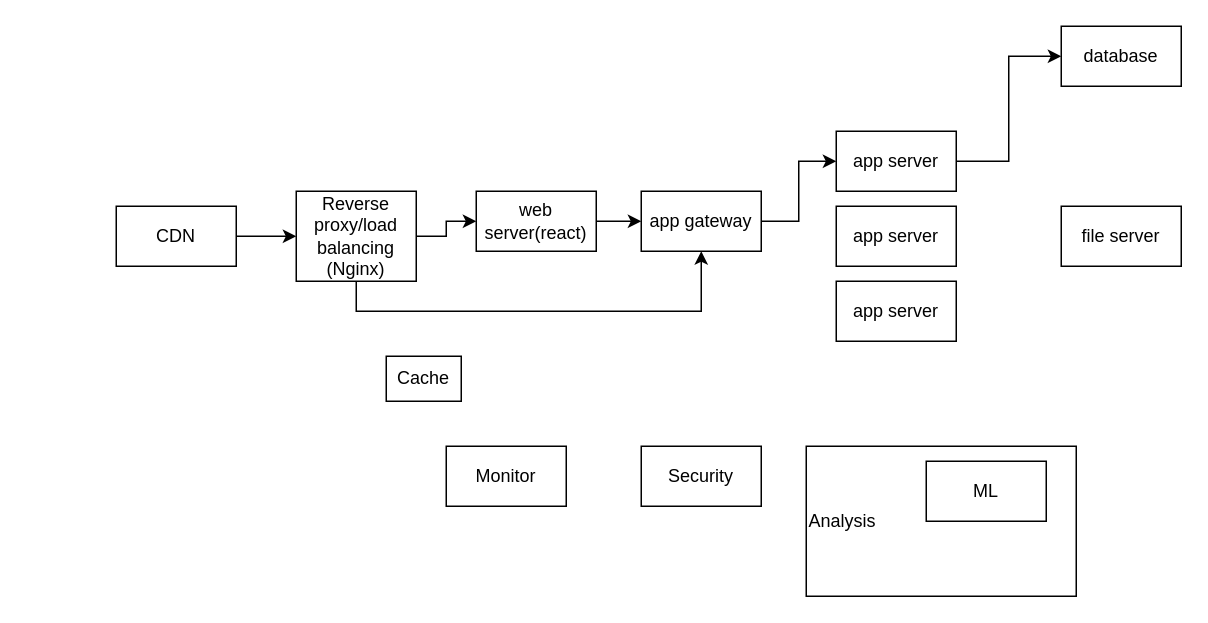
Earlier version of the draw.io diagram Untitled Diagram.drawio (epadam/javascript-with-examples). Source tidied: cells renumbered, new cells numbered last; positions are measured from the earlier drawing's top-left corner, leaving out a move shared by most shapes. Both pictures are drawn from the tidied source at 150%, with x=0, y=0 at pixel (116, 26).
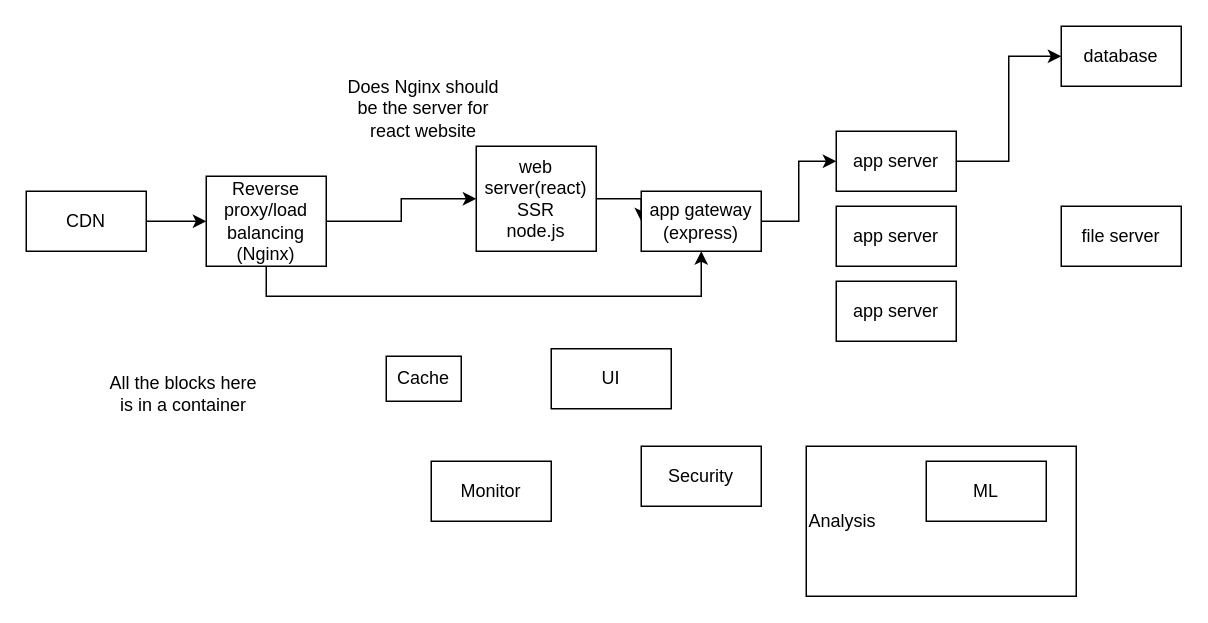
The same diagram, later.

Change to the diagram source:
```diff
@@
     <mxCell id="3" value="CDN" style="rounded=0;whiteSpace=wrap;html=1;" parent="1" vertex="1">
-      <mxGeometry y="120" width="80" height="40" as="geometry" />
+      <mxGeometry x="-60" y="110" width="80" height="40" as="geometry" />
     </mxCell>
@@
     <mxCell id="6" value="Reverse proxy/load balancing (Nginx)" style="rounded=0;whiteSpace=wrap;html=1;" parent="1" vertex="1">
-      <mxGeometry x="120" y="110" width="80" height="60" as="geometry" />
+      <mxGeometry x="60" y="100" width="80" height="60" as="geometry" />
     </mxCell>
@@
-    <mxCell id="8" value="web server(react)" style="rounded=0;whiteSpace=wrap;html=1;" parent="1" vertex="1">
-      <mxGeometry x="240" y="110" width="80" height="40" as="geometry" />
+    <mxCell id="8" value="web server(react)&lt;br&gt;SSR&lt;br&gt;node.js" style="rounded=0;whiteSpace=wrap;html=1;" parent="1" vertex="1">
+      <mxGeometry x="240" y="80" width="80" height="70" as="geometry" />
     </mxCell>
@@
-    <mxCell id="11" value="app gateway" style="rounded=0;whiteSpace=wrap;html=1;" parent="1" vertex="1">
+    <mxCell id="11" value="app gateway&lt;br&gt;(express)" style="rounded=0;whiteSpace=wrap;html=1;" parent="1" vertex="1">
       <mxGeometry x="350" y="110" width="80" height="40" as="geometry" />
     </mxCell>
@@
-    <mxCell id="18" value="Monitor" style="rounded=0;whiteSpace=wrap;html=1;" parent="1" vertex="1">
-      <mxGeometry x="220" y="280" width="80" height="40" as="geometry" />
+    <mxCell id="18" value="UI" style="rounded=0;whiteSpace=wrap;html=1;" parent="1" vertex="1">
+      <mxGeometry x="290" y="215" width="80" height="40" as="geometry" />
     </mxCell>
@@
+    <mxCell id="22" value="All the blocks here is in a container" style="text;html=1;strokeColor=none;fillColor=none;align=center;verticalAlign=middle;whiteSpace=wrap;rounded=0;" parent="1" vertex="1">
+      <mxGeometry x="-10" y="220" width="110" height="50" as="geometry" />
+    </mxCell>
+    <mxCell id="23" value="Monitor" style="rounded=0;whiteSpace=wrap;html=1;" parent="1" vertex="1">
+      <mxGeometry x="210" y="290" width="80" height="40" as="geometry" />
+    </mxCell>
+    <mxCell id="24" value="Does Nginx should be the server for react website" style="text;html=1;strokeColor=none;fillColor=none;align=center;verticalAlign=middle;whiteSpace=wrap;rounded=0;" parent="1" vertex="1">
+      <mxGeometry x="150" y="30" width="110" height="50" as="geometry" />
+    </mxCell>
```
